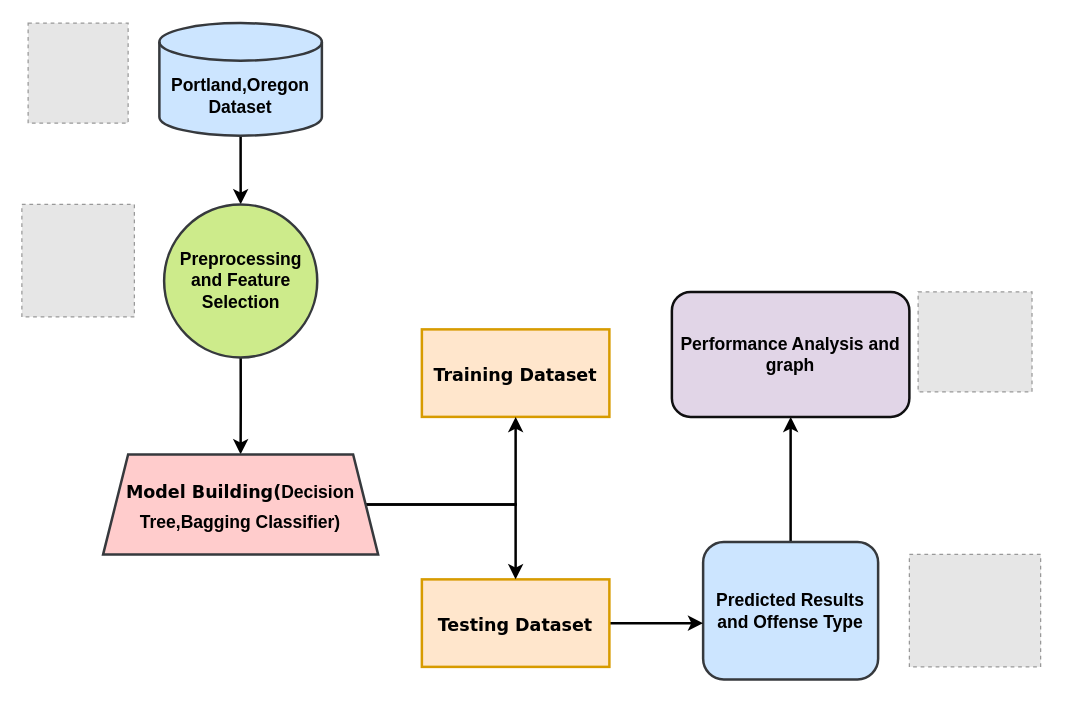
ChanumoluGayathri/System_Design keeps this draw.io diagram as Untitled Diagram.drawio. Above is the earlier version. Source tidied: cells renumbered, new cells numbered last; positions are measured from the earlier drawing's top-left corner, leaving out a move shared by most shapes. Both pictures are drawn from the tidied source at 125%, with x=0, y=0 at pixel (21, 22). Pictures stored in the file or linked from it are replaced by grey dashed boxes.
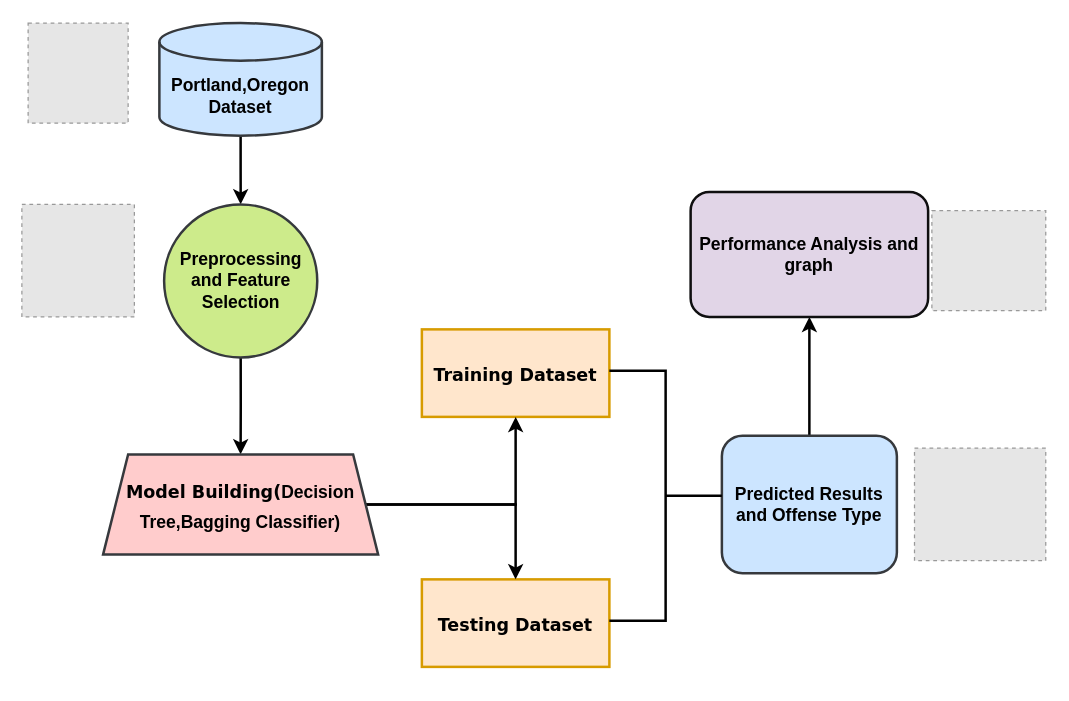
After the change.

The change refers to these unchanged cells:
```xml
<mxCell id="11" value="&lt;font size=&quot;1&quot; face=&quot;Verdana&quot;&gt;&lt;b style=&quot;font-size: 14px;&quot;&gt;Testing Dataset&lt;/b&gt;&lt;/font&gt;" style="rounded=0;whiteSpace=wrap;html=1;hachureGap=4;fontFamily=Architects Daughter;fontSize=20;fillColor=#ffe6cc;strokeColor=#d79b00;strokeWidth=2;" parent="1" vertex="1">
  <mxGeometry x="320" y="445" width="150" height="70" as="geometry" />
</mxCell>
```

Change to the diagram source:
```diff
@@
     <mxCell id="7" value="&lt;b&gt;&lt;font style=&quot;font-size: 14px;&quot;&gt;Predicted Results and Offense Type&lt;/font&gt;&lt;/b&gt;" style="rounded=1;whiteSpace=wrap;html=1;fillColor=#cce5ff;strokeColor=#36393d;strokeWidth=2;" parent="1" vertex="1">
-      <mxGeometry x="545" y="415" width="140" height="110" as="geometry" />
+      <mxGeometry x="560" y="330" width="140" height="110" as="geometry" />
     </mxCell>
     <mxCell id="8" value="&lt;b&gt;&lt;font style=&quot;font-size: 14px;&quot;&gt;Performance Analysis and graph&lt;/font&gt;&lt;/b&gt;" style="rounded=1;whiteSpace=wrap;html=1;fillColor=#e1d5e7;strokeColor=#0f0f10;strokeWidth=2;" parent="1" vertex="1">
-      <mxGeometry x="520" y="215" width="190" height="100" as="geometry" />
+      <mxGeometry x="535" y="135" width="190" height="100" as="geometry" />
     </mxCell>
@@
-    <mxCell id="10" style="edgeStyle=orthogonalEdgeStyle;rounded=0;hachureGap=4;jettySize=auto;html=1;fontFamily=Architects Daughter;fontSize=16;strokeWidth=2;" parent="1" edge="1" source="11" target="7">
-      <mxGeometry relative="1" as="geometry">
-        <Array as="points">
-          <mxPoint x="570" y="480" />
-          <mxPoint x="570" y="480" />
-        </Array>
-      </mxGeometry>
-    </mxCell>
@@
     <mxCell id="17" style="fillColor=#E6E6E6;strokeColor=#999999;dashed=1;verticalLabelPosition=bottom;labelBackgroundColor=default;verticalAlign=top;" parent="1" vertex="1">
-      <mxGeometry x="717" y="215" width="91.1" height="80" as="geometry" />
+      <mxGeometry x="728" y="150" width="91.1" height="80" as="geometry" />
     </mxCell>
     <mxCell id="18" style="fillColor=#E6E6E6;strokeColor=#999999;dashed=1;verticalLabelPosition=bottom;labelBackgroundColor=default;verticalAlign=top;" parent="1" vertex="1">
-      <mxGeometry x="710" y="425" width="105" height="90" as="geometry" />
+      <mxGeometry x="714.1" y="340" width="105" height="90" as="geometry" />
     </mxCell>
+    <mxCell id="19" style="strokeWidth=2;html=1;shape=mxgraph.flowchart.annotation_2;align=left;labelPosition=right;hachureGap=4;fontFamily=Architects Daughter;fontSize=20;perimeterSpacing=4;direction=west;" parent="1" vertex="1">
+      <mxGeometry x="470" y="278" width="90" height="200" as="geometry" />
+    </mxCell>
```
